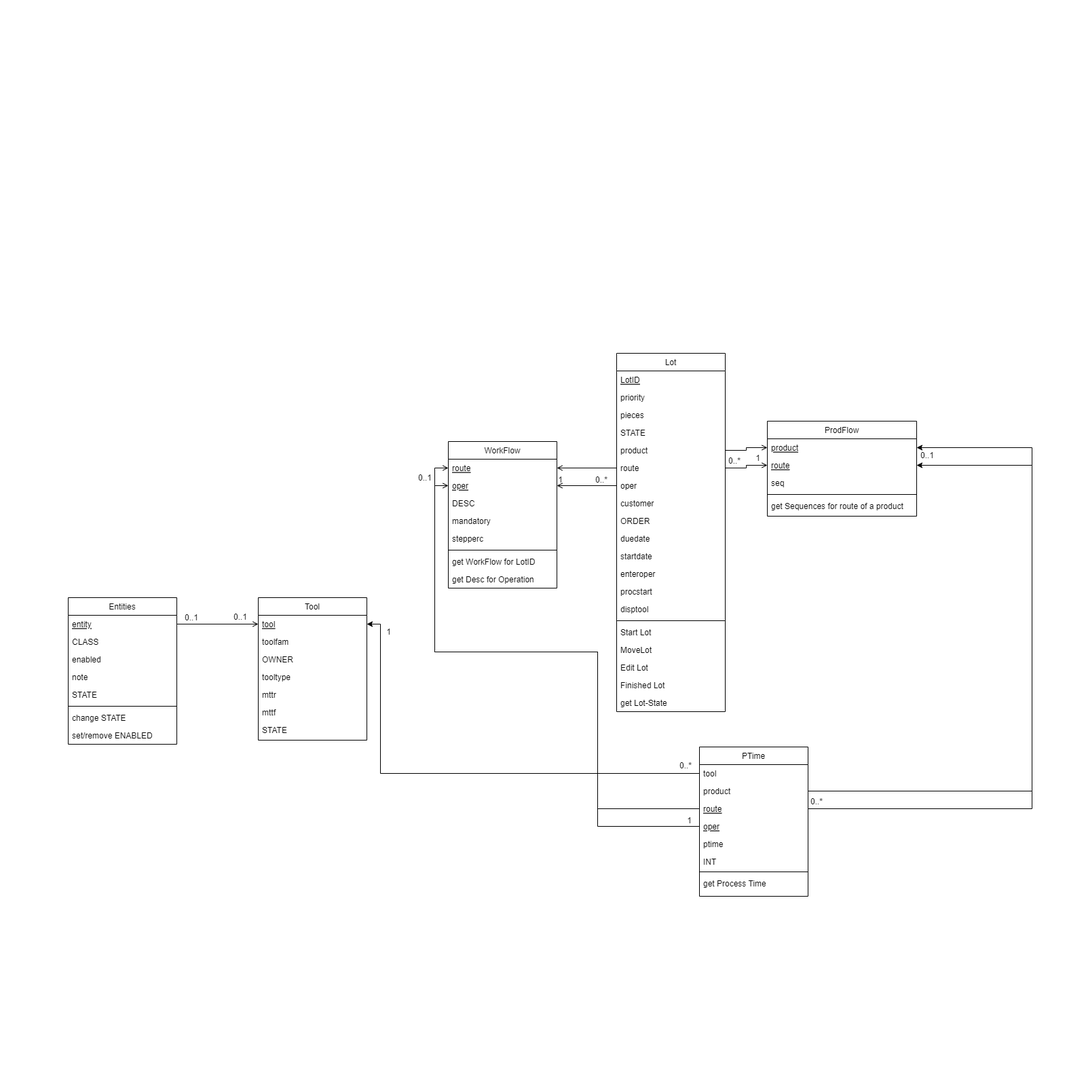
This is docs/development/images/Klassendiagramm.png from RichardSchultz-gh/semiconductor-logistics-automation, a draw.io export, as it was before one commit. Source tidied: cells renumbered, new cells last; positions are measured from the earlier drawing's top-left corner, leaving out a move shared by most shapes.
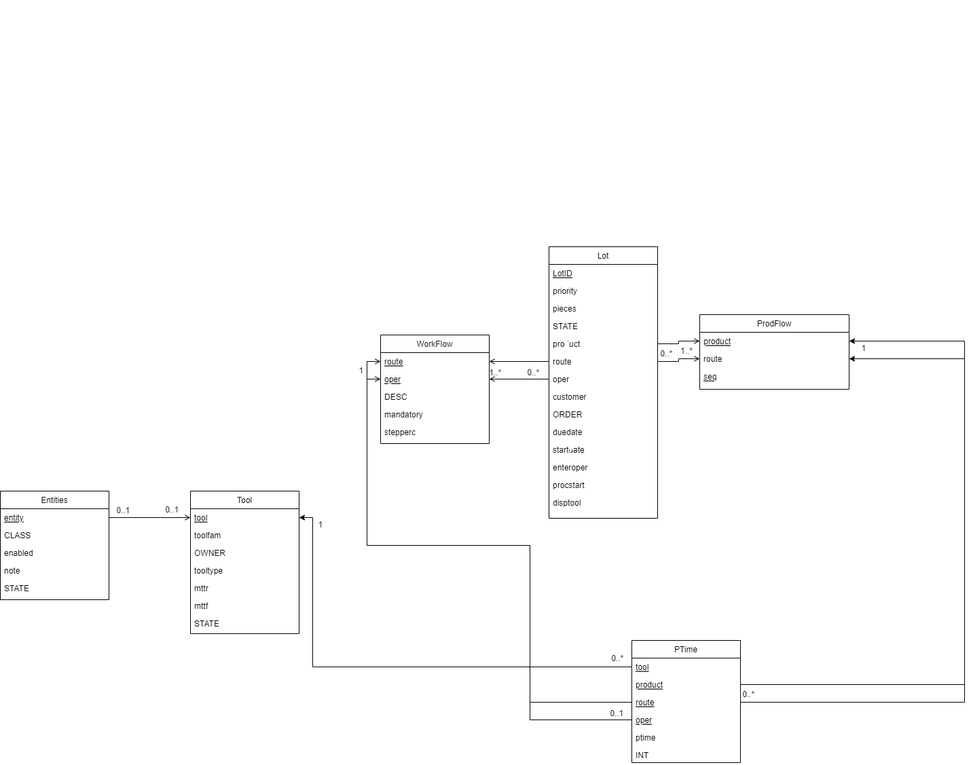
Later version of the same file.

Commit message:
added ER-Modell, update Klassendiagramm und Softwaredokumentation

The edit, as a diff of the source:
```diff
@@ -3,7 +3,7 @@
     <mxCell id="0" />
     <mxCell id="1" parent="0" />
     <mxCell id="2" value="Lot" style="swimlane;fontStyle=0;align=center;verticalAlign=top;horizontal=1;startSize=26;rounded=0;shadow=0;strokeWidth=1;" parent="1" vertex="1">
-      <mxGeometry x="808" y="363" width="160" height="528" as="geometry" />
+      <mxGeometry x="808" y="363" width="160" height="400" as="geometry" />
     </mxCell>
     <mxCell id="3" value="LotID" style="text;align=left;verticalAlign=top;spacingLeft=4;spacingRight=4;overflow=hidden;fontStyle=4;" parent="2" vertex="1">
       <mxGeometry y="26" width="160" height="26" as="geometry" />
@@ -47,26 +47,8 @@
     <mxCell id="16" value="disptool" style="text;align=left;verticalAlign=top;spacingLeft=4;spacingRight=4;overflow=hidden;rounded=0;shadow=0;html=0;" parent="2" vertex="1">
       <mxGeometry y="364" width="160" height="26" as="geometry" />
     </mxCell>
-    <mxCell id="17" style="line;html=1;strokeWidth=1;align=left;verticalAlign=middle;spacingTop=-1;spacingLeft=3;spacingRight=3;labelPosition=right;" parent="2" vertex="1">
-      <mxGeometry y="390" width="160" height="8" as="geometry" />
-    </mxCell>
-    <mxCell id="18" value="Start Lot " style="text;align=left;verticalAlign=top;spacingLeft=4;spacingRight=4;overflow=hidden;" parent="2" vertex="1">
-      <mxGeometry y="398" width="160" height="26" as="geometry" />
-    </mxCell>
-    <mxCell id="19" value="MoveLot" style="text;align=left;verticalAlign=top;spacingLeft=4;spacingRight=4;overflow=hidden;" parent="2" vertex="1">
-      <mxGeometry y="424" width="160" height="26" as="geometry" />
-    </mxCell>
-    <mxCell id="20" value="Edit Lot" style="text;align=left;verticalAlign=top;spacingLeft=4;spacingRight=4;overflow=hidden;" parent="2" vertex="1">
-      <mxGeometry y="450" width="160" height="26" as="geometry" />
-    </mxCell>
-    <mxCell id="21" value="Finished Lot" style="text;align=left;verticalAlign=top;spacingLeft=4;spacingRight=4;overflow=hidden;" parent="2" vertex="1">
-      <mxGeometry y="476" width="160" height="26" as="geometry" />
-    </mxCell>
-    <mxCell id="22" value="get Lot-State" style="text;align=left;verticalAlign=top;spacingLeft=4;spacingRight=4;overflow=hidden;" parent="2" vertex="1">
-      <mxGeometry y="502" width="160" height="26" as="geometry" />
-    </mxCell>
     <mxCell id="23" value="WorkFlow" style="swimlane;fontStyle=0;align=center;verticalAlign=top;horizontal=1;startSize=26;rounded=0;shadow=0;strokeWidth=1;" parent="1" vertex="1">
-      <mxGeometry x="560" y="493" width="160" height="216" as="geometry" />
+      <mxGeometry x="560" y="493" width="160" height="160" as="geometry" />
     </mxCell>
     <mxCell id="24" value="route" style="text;align=left;verticalAlign=top;spacingLeft=4;spacingRight=4;overflow=hidden;points=[[0,0.5],[1,0.5]];portConstraint=eastwest;fontStyle=4;" parent="23" vertex="1">
       <mxGeometry y="26" width="160" height="26" as="geometry" />
@@ -83,23 +65,14 @@
     <mxCell id="28" value="stepperc" style="text;align=left;verticalAlign=top;spacingLeft=4;spacingRight=4;overflow=hidden;rounded=0;shadow=0;html=0;" parent="23" vertex="1">
       <mxGeometry y="130" width="160" height="26" as="geometry" />
     </mxCell>
-    <mxCell id="29" style="line;html=1;strokeWidth=1;align=left;verticalAlign=middle;spacingTop=-1;spacingLeft=3;spacingRight=3;labelPosition=right;" parent="23" vertex="1">
-      <mxGeometry y="156" width="160" height="8" as="geometry" />
-    </mxCell>
-    <mxCell id="30" value="get WorkFlow for LotID" style="text;align=left;verticalAlign=top;spacingLeft=4;spacingRight=4;overflow=hidden;fontStyle=0;" parent="23" vertex="1">
-      <mxGeometry y="164" width="160" height="26" as="geometry" />
-    </mxCell>
-    <mxCell id="31" value="get Desc for Operation" style="text;align=left;verticalAlign=top;spacingLeft=4;spacingRight=4;overflow=hidden;" parent="23" vertex="1">
-      <mxGeometry y="190" width="160" height="26" as="geometry" />
-    </mxCell>
     <mxCell id="32" style="edgeStyle=orthogonalEdgeStyle;rounded=0;jettySize=auto;html=1;exitX=1;exitY=0.5;exitDx=0;exitDy=0;entryX=0;entryY=0.5;entryDx=0;entryDy=0;endArrow=none;endFill=0;startArrow=open;startFill=0;" parent="1" edge="1" source="24" target="8">
       <mxGeometry relative="1" as="geometry" />
     </mxCell>
     <mxCell id="33" style="edgeStyle=orthogonalEdgeStyle;rounded=0;jettySize=auto;html=1;exitX=1;exitY=0.5;exitDx=0;exitDy=0;entryX=0;entryY=0.5;entryDx=0;entryDy=0;endArrow=none;endFill=0;startArrow=open;startFill=0;" parent="1" edge="1" source="25" target="9">
       <mxGeometry relative="1" as="geometry" />
     </mxCell>
-    <mxCell id="34" value="1" style="align=right;verticalAlign=bottom;labelBackgroundColor=none;fontSize=12;" parent="1" vertex="1">
-      <mxGeometry x="860" y="393" as="geometry">
+    <mxCell id="34" value="      1..*" style="align=right;verticalAlign=bottom;labelBackgroundColor=none;fontSize=12;" parent="1" vertex="1">
+      <mxGeometry x="870" y="393" as="geometry">
         <mxPoint x="-131" y="164" as="offset" />
       </mxGeometry>
     </mxCell>
@@ -109,30 +82,24 @@
       </mxGeometry>
     </mxCell>
     <mxCell id="36" value="ProdFlow" style="swimlane;fontStyle=0;align=center;verticalAlign=top;horizontal=1;startSize=26;rounded=0;shadow=0;strokeWidth=1;" parent="1" vertex="1">
-      <mxGeometry x="1030" y="463" width="220" height="140" as="geometry" />
+      <mxGeometry x="1030" y="463" width="220" height="110" as="geometry" />
     </mxCell>
     <mxCell id="37" value="product" style="text;align=left;verticalAlign=top;spacingLeft=4;spacingRight=4;overflow=hidden;points=[[0,0.5],[1,0.5]];portConstraint=eastwest;fontStyle=4;" parent="36" vertex="1">
       <mxGeometry y="26" width="220" height="26" as="geometry" />
     </mxCell>
-    <mxCell id="38" value="route" style="text;align=left;verticalAlign=top;spacingLeft=4;spacingRight=4;overflow=hidden;points=[[0,0.5],[1,0.5]];portConstraint=eastwest;rounded=0;shadow=0;html=0;fontStyle=4;" parent="36" vertex="1">
+    <mxCell id="38" value="route" style="text;align=left;verticalAlign=top;spacingLeft=4;spacingRight=4;overflow=hidden;points=[[0,0.5],[1,0.5]];portConstraint=eastwest;rounded=0;shadow=0;html=0;fontStyle=0;" parent="36" vertex="1">
       <mxGeometry y="52" width="220" height="26" as="geometry" />
     </mxCell>
-    <mxCell id="39" value="seq" style="text;align=left;verticalAlign=top;spacingLeft=4;spacingRight=4;overflow=hidden;rounded=0;shadow=0;html=0;" parent="36" vertex="1">
+    <mxCell id="39" value="seq" style="text;align=left;verticalAlign=top;spacingLeft=4;spacingRight=4;overflow=hidden;rounded=0;shadow=0;html=0;fontStyle=4;" parent="36" vertex="1">
       <mxGeometry y="78" width="220" height="26" as="geometry" />
     </mxCell>
-    <mxCell id="40" style="line;html=1;strokeWidth=1;align=left;verticalAlign=middle;spacingTop=-1;spacingLeft=3;spacingRight=3;labelPosition=right;" parent="36" vertex="1">
-      <mxGeometry y="104" width="220" height="8" as="geometry" />
-    </mxCell>
-    <mxCell id="41" value="get Sequences for route of a product" style="text;align=left;verticalAlign=top;spacingLeft=4;spacingRight=4;overflow=hidden;fontStyle=0;" parent="36" vertex="1">
-      <mxGeometry y="112" width="220" height="26" as="geometry" />
-    </mxCell>
     <mxCell id="42" style="edgeStyle=orthogonalEdgeStyle;rounded=0;jettySize=auto;html=1;exitX=0;exitY=0.5;exitDx=0;exitDy=0;entryX=1;entryY=0.5;entryDx=0;entryDy=0;endArrow=none;endFill=0;startArrow=open;startFill=0;" parent="1" edge="1" source="37" target="7">
       <mxGeometry relative="1" as="geometry" />
     </mxCell>
     <mxCell id="43" style="edgeStyle=orthogonalEdgeStyle;rounded=0;jettySize=auto;html=1;exitX=0;exitY=0.5;exitDx=0;exitDy=0;entryX=1;entryY=0.5;entryDx=0;entryDy=0;endArrow=none;endFill=0;startArrow=open;startFill=0;" parent="1" edge="1" source="38" target="8">
       <mxGeometry relative="1" as="geometry" />
     </mxCell>
-    <mxCell id="44" value="1" style="align=right;verticalAlign=bottom;labelBackgroundColor=none;fontSize=12;" parent="1" vertex="1">
+    <mxCell id="44" value="1..*" style="align=right;verticalAlign=bottom;labelBackgroundColor=none;fontSize=12;" parent="1" vertex="1">
       <mxGeometry x="933" y="361" width="220" as="geometry">
         <mxPoint x="-131" y="164" as="offset" />
       </mxGeometry>
@@ -143,7 +110,7 @@
       </mxGeometry>
     </mxCell>
     <mxCell id="46" value="Entities" style="swimlane;fontStyle=0;align=center;verticalAlign=top;horizontal=1;startSize=26;rounded=0;shadow=0;strokeWidth=1;" parent="1" vertex="1">
-      <mxGeometry y="723" width="160" height="216" as="geometry" />
+      <mxGeometry y="723" width="160" height="160" as="geometry" />
     </mxCell>
     <mxCell id="47" style="edgeStyle=orthogonalEdgeStyle;rounded=0;jettySize=auto;html=1;exitX=1;exitY=0.5;exitDx=0;exitDy=0;endArrow=open;endFill=0;" parent="46" edge="1" source="48">
       <mxGeometry relative="1" as="geometry">
@@ -165,15 +132,6 @@
     <mxCell id="52" value="STATE" style="text;align=left;verticalAlign=top;spacingLeft=4;spacingRight=4;overflow=hidden;rounded=0;shadow=0;html=0;" parent="46" vertex="1">
       <mxGeometry y="130" width="160" height="26" as="geometry" />
     </mxCell>
-    <mxCell id="53" style="line;html=1;strokeWidth=1;align=left;verticalAlign=middle;spacingTop=-1;spacingLeft=3;spacingRight=3;labelPosition=right;" parent="46" vertex="1">
-      <mxGeometry y="156" width="160" height="8" as="geometry" />
-    </mxCell>
-    <mxCell id="54" value="change STATE" style="text;align=left;verticalAlign=top;spacingLeft=4;spacingRight=4;overflow=hidden;fontStyle=0;" parent="46" vertex="1">
-      <mxGeometry y="164" width="160" height="26" as="geometry" />
-    </mxCell>
-    <mxCell id="55" value="set/remove ENABLED" style="text;align=left;verticalAlign=top;spacingLeft=4;spacingRight=4;overflow=hidden;" parent="46" vertex="1">
-      <mxGeometry y="190" width="160" height="26" as="geometry" />
-    </mxCell>
     <mxCell id="56" value="0..1" style="align=right;verticalAlign=bottom;labelBackgroundColor=none;fontSize=12;" parent="1" vertex="1">
       <mxGeometry x="256" y="239" as="geometry">
         <mxPoint x="-64" y="521" as="offset" />
@@ -204,12 +162,12 @@
       <mxGeometry y="182" width="160" height="26" as="geometry" />
     </mxCell>
     <mxCell id="65" value="PTime" style="swimlane;fontStyle=0;align=center;verticalAlign=top;horizontal=1;startSize=26;rounded=0;shadow=0;strokeWidth=1;" parent="1" vertex="1">
-      <mxGeometry x="930" y="943" width="160" height="220" as="geometry" />
+      <mxGeometry x="930" y="943" width="160" height="180" as="geometry" />
     </mxCell>
-    <mxCell id="66" value="tool" style="text;align=left;verticalAlign=top;spacingLeft=4;spacingRight=4;overflow=hidden;points=[[0,0.5],[1,0.5]];portConstraint=eastwest;fontStyle=0;" parent="65" vertex="1">
+    <mxCell id="66" value="tool" style="text;align=left;verticalAlign=top;spacingLeft=4;spacingRight=4;overflow=hidden;points=[[0,0.5],[1,0.5]];portConstraint=eastwest;fontStyle=4;" parent="65" vertex="1">
       <mxGeometry y="26" width="160" height="26" as="geometry" />
     </mxCell>
-    <mxCell id="67" value="product" style="text;align=left;verticalAlign=top;spacingLeft=4;spacingRight=4;overflow=hidden;points=[[0,0.5],[1,0.5]];portConstraint=eastwest;rounded=0;shadow=0;html=0;fontStyle=0;" parent="65" vertex="1">
+    <mxCell id="67" value="product" style="text;align=left;verticalAlign=top;spacingLeft=4;spacingRight=4;overflow=hidden;points=[[0,0.5],[1,0.5]];portConstraint=eastwest;rounded=0;shadow=0;html=0;fontStyle=4;" parent="65" vertex="1">
       <mxGeometry y="52" width="160" height="26" as="geometry" />
     </mxCell>
     <mxCell id="68" value="route" style="text;align=left;verticalAlign=top;spacingLeft=4;spacingRight=4;overflow=hidden;points=[[0,0.5],[1,0.5]];portConstraint=eastwest;rounded=0;shadow=0;html=0;fontStyle=4;" parent="65" vertex="1">
@@ -224,12 +182,6 @@
     <mxCell id="71" value="INT" style="text;align=left;verticalAlign=top;spacingLeft=4;spacingRight=4;overflow=hidden;rounded=0;shadow=0;html=0;" parent="65" vertex="1">
       <mxGeometry y="156" width="160" height="24" as="geometry" />
     </mxCell>
-    <mxCell id="72" style="line;html=1;strokeWidth=1;align=left;verticalAlign=middle;spacingTop=-1;spacingLeft=3;spacingRight=3;labelPosition=right;" parent="65" vertex="1">
-      <mxGeometry y="180" width="160" height="8" as="geometry" />
-    </mxCell>
-    <mxCell id="73" value="get Process Time" style="text;align=left;verticalAlign=top;spacingLeft=4;spacingRight=4;overflow=hidden;fontStyle=0;" parent="65" vertex="1">
-      <mxGeometry y="188" width="160" height="26" as="geometry" />
-    </mxCell>
     <mxCell id="74" style="edgeStyle=orthogonalEdgeStyle;rounded=0;jettySize=auto;html=1;exitX=0;exitY=0.5;exitDx=0;exitDy=0;entryX=1;entryY=0.5;entryDx=0;entryDy=0;" parent="1" edge="1" source="66" target="58">
       <mxGeometry relative="1" as="geometry">
         <Array as="points">
@@ -294,17 +246,17 @@
         <mxPoint x="-64" y="521" as="offset" />
       </mxGeometry>
     </mxCell>
-    <mxCell id="83" value="0..1" style="align=right;verticalAlign=bottom;labelBackgroundColor=none;fontSize=12;" parent="1" vertex="1">
+    <mxCell id="83" value="1" style="align=right;verticalAlign=bottom;labelBackgroundColor=none;fontSize=12;" parent="1" vertex="1">
       <mxGeometry x="1340" as="geometry">
         <mxPoint x="-64" y="521" as="offset" />
       </mxGeometry>
     </mxCell>
-    <mxCell id="84" value="1" style="align=right;verticalAlign=bottom;labelBackgroundColor=none;fontSize=12;" parent="1" vertex="1">
+    <mxCell id="84" value="0..1" style="align=right;verticalAlign=bottom;labelBackgroundColor=none;fontSize=12;" parent="1" vertex="1">
       <mxGeometry x="983" y="538" as="geometry">
         <mxPoint x="-64" y="521" as="offset" />
       </mxGeometry>
     </mxCell>
-    <mxCell id="85" value="0..1" style="align=right;verticalAlign=bottom;labelBackgroundColor=none;fontSize=12;" parent="1" vertex="1">
+    <mxCell id="85" value="1" style="align=right;verticalAlign=bottom;labelBackgroundColor=none;fontSize=12;" parent="1" vertex="1">
       <mxGeometry x="600" y="33" as="geometry">
         <mxPoint x="-64" y="521" as="offset" />
       </mxGeometry>
```
